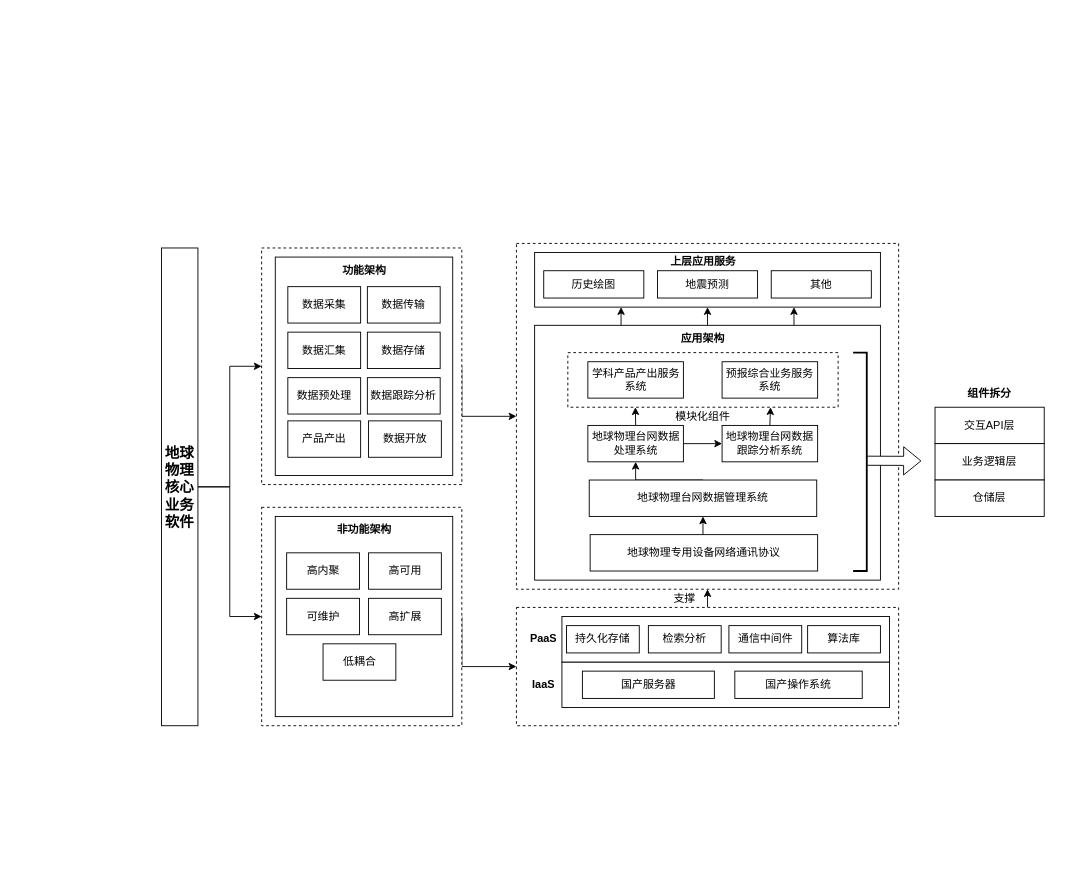
The draw.io diagram page "第 16 页" (16 of 16) of drawio/eq_network.drawio in raingnight/Blog_Pic, before the edit. Source tidied: cells renumbered, new cells numbered last; positions are measured from the earlier drawing's top-left corner, leaving out a move shared by most shapes. Both pictures are drawn from the tidied source at 91%, with x=0, y=0 at pixel (161, 243).
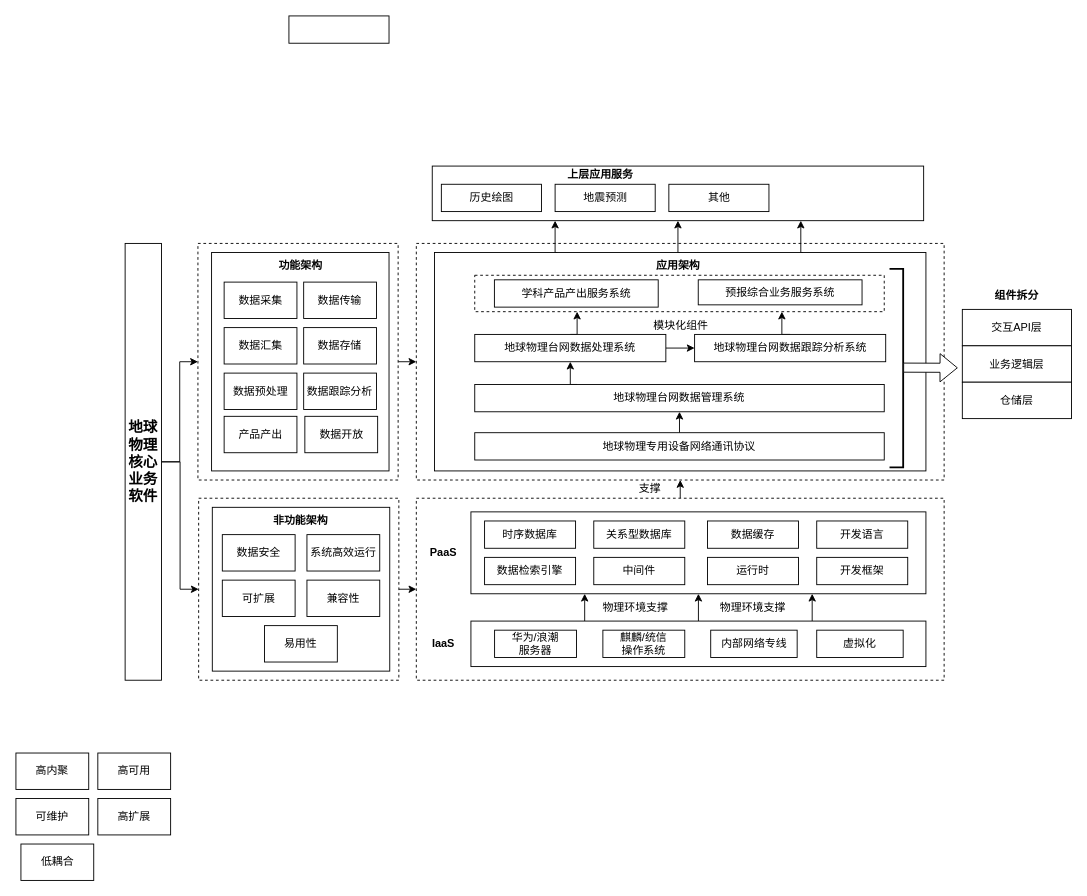
Above is the later version.

The edit, as a diff of the source:
```diff
@@
     <mxCell id="3" style="rounded=0;whiteSpace=wrap;html=1;dashed=1;" parent="1" vertex="1">
-      <mxGeometry x="390" y="400" width="420" height="130" as="geometry" />
+      <mxGeometry x="280" y="280" width="580" height="200" as="geometry" />
     </mxCell>
     <mxCell id="4" style="rounded=0;whiteSpace=wrap;html=1;dashed=1;" parent="1" vertex="1">
-      <mxGeometry x="390" width="420" height="380" as="geometry" />
+      <mxGeometry x="280" width="580" height="260" as="geometry" />
     </mxCell>
@@
     <mxCell id="8" style="rounded=0;whiteSpace=wrap;html=1;" parent="1" vertex="1">
-      <mxGeometry x="410" y="90" width="380" height="280" as="geometry" />
+      <mxGeometry x="300" y="10" width="540" height="240" as="geometry" />
     </mxCell>
     <mxCell id="9" style="rounded=0;whiteSpace=wrap;html=1;dashed=1;" parent="1" vertex="1">
-      <mxGeometry x="446.5" y="120" width="297" height="60" as="geometry" />
+      <mxGeometry x="344.2" y="35" width="450" height="40" as="geometry" />
     </mxCell>
     <mxCell id="10" style="edgeStyle=orthogonalEdgeStyle;rounded=0;jettySize=auto;html=1;exitX=1;exitY=0.5;exitDx=0;exitDy=0;entryX=0;entryY=0.5;entryDx=0;entryDy=0;" parent="1" edge="1" source="11" target="3">
-      <mxGeometry relative="1" as="geometry">
-        <Array as="points">
-          <mxPoint x="330" y="465" />
-        </Array>
-      </mxGeometry>
+      <mxGeometry relative="1" as="geometry" />
     </mxCell>
     <mxCell id="11" style="rounded=0;whiteSpace=wrap;html=1;dashed=1;" parent="1" vertex="1">
-      <mxGeometry x="110" y="290" width="220" height="240" as="geometry" />
+      <mxGeometry x="40.8" y="280" width="220" height="200" as="geometry" />
     </mxCell>
-    <mxCell id="12" style="edgeStyle=orthogonalEdgeStyle;rounded=0;jettySize=auto;html=1;exitX=1;exitY=0.5;exitDx=0;exitDy=0;" parent="1" edge="1" source="13" target="4">
-      <mxGeometry relative="1" as="geometry">
-        <Array as="points">
-          <mxPoint x="330" y="190" />
-        </Array>
-      </mxGeometry>
+    <mxCell id="12" style="edgeStyle=orthogonalEdgeStyle;rounded=0;jettySize=auto;html=1;exitX=1;exitY=0.5;exitDx=0;exitDy=0;entryX=0;entryY=0.5;entryDx=0;entryDy=0;" parent="1" edge="1" source="13" target="4">
+      <mxGeometry relative="1" as="geometry" />
     </mxCell>
     <mxCell id="13" style="rounded=0;whiteSpace=wrap;html=1;dashed=1;" parent="1" vertex="1">
-      <mxGeometry x="110" y="5" width="220" height="260" as="geometry" />
+      <mxGeometry x="40" width="220" height="260" as="geometry" />
     </mxCell>
     <mxCell id="14" style="rounded=0;whiteSpace=wrap;html=1;" parent="1" vertex="1">
-      <mxGeometry x="125" y="15" width="195" height="240" as="geometry" />
+      <mxGeometry x="55" y="10" width="195" height="240" as="geometry" />
     </mxCell>
     <mxCell id="15" style="rounded=0;whiteSpace=wrap;html=1;" parent="1" vertex="1">
-      <mxGeometry x="125" y="300" width="195" height="220" as="geometry" />
+      <mxGeometry x="55.8" y="290" width="195" height="180" as="geometry" />
     </mxCell>
     <mxCell id="16" value="功能架构" style="text;html=1;strokeColor=none;fillColor=none;align=center;verticalAlign=middle;whiteSpace=wrap;rounded=0;fontStyle=1;" parent="1" vertex="1">
-      <mxGeometry x="192.5" y="15" width="60" height="30" as="geometry" />
+      <mxGeometry x="122.5" y="10" width="60" height="30" as="geometry" />
     </mxCell>
     <mxCell id="17" value="非功能架构" style="text;html=1;strokeColor=none;fillColor=none;align=center;verticalAlign=middle;whiteSpace=wrap;rounded=0;fontStyle=1;" parent="1" vertex="1">
-      <mxGeometry x="167.5" y="300" width="110" height="30" as="geometry" />
+      <mxGeometry x="98.2" y="290" width="110" height="30" as="geometry" />
     </mxCell>
+    <mxCell id="69" style="edgeStyle=orthogonalEdgeStyle;rounded=0;jettySize=auto;html=1;exitX=0.25;exitY=0;exitDx=0;exitDy=0;entryX=0.25;entryY=1;entryDx=0;entryDy=0;" parent="1" edge="1" source="18" target="22">
+      <mxGeometry relative="1" as="geometry" />
+    </mxCell>
+    <mxCell id="70" style="edgeStyle=orthogonalEdgeStyle;rounded=0;jettySize=auto;html=1;exitX=0.5;exitY=0;exitDx=0;exitDy=0;entryX=0.5;entryY=1;entryDx=0;entryDy=0;" parent="1" edge="1" source="18" target="22">
+      <mxGeometry relative="1" as="geometry" />
+    </mxCell>
+    <mxCell id="71" style="edgeStyle=orthogonalEdgeStyle;rounded=0;jettySize=auto;html=1;exitX=0.75;exitY=0;exitDx=0;exitDy=0;entryX=0.75;entryY=1;entryDx=0;entryDy=0;" parent="1" edge="1" source="18" target="22">
+      <mxGeometry relative="1" as="geometry" />
+    </mxCell>
     <mxCell id="18" style="rounded=0;whiteSpace=wrap;html=1;" parent="1" vertex="1">
-      <mxGeometry x="440" y="460" width="360" height="50" as="geometry" />
+      <mxGeometry x="340" y="415" width="500" height="50" as="geometry" />
     </mxCell>
     <mxCell id="19" style="rounded=0;whiteSpace=wrap;html=1;" parent="1" vertex="1">
-      <mxGeometry x="410" y="10" width="380" height="60" as="geometry" />
+      <mxGeometry x="297.5" y="-85" width="540" height="60" as="geometry" />
     </mxCell>
     <mxCell id="20" value="上层应用服务" style="text;html=1;strokeColor=none;fillColor=none;align=center;verticalAlign=middle;whiteSpace=wrap;rounded=0;fontStyle=1;" parent="1" vertex="1">
-      <mxGeometry x="542.5" y="5" width="105" height="30" as="geometry" />
+      <mxGeometry x="430" y="-90" width="105" height="30" as="geometry" />
     </mxCell>
     <mxCell id="21" value="模块化组件" style="text;html=1;strokeColor=none;fillColor=none;align=center;verticalAlign=middle;whiteSpace=wrap;rounded=0;" parent="1" vertex="1">
-      <mxGeometry x="555" y="175" width="80" height="30" as="geometry" />
+      <mxGeometry x="531.2" y="75" width="80" height="30" as="geometry" />
     </mxCell>
     <mxCell id="22" style="rounded=0;whiteSpace=wrap;html=1;" parent="1" vertex="1">
-      <mxGeometry x="440" y="410" width="360" height="50" as="geometry" />
+      <mxGeometry x="340" y="295" width="500" height="90" as="geometry" />
     </mxCell>
     <mxCell id="23" value="交互API层" style="rounded=0;whiteSpace=wrap;html=1;" parent="1" vertex="1">
-      <mxGeometry x="850" y="180" width="120" height="40" as="geometry" />
+      <mxGeometry x="880" y="72.5" width="120" height="40" as="geometry" />
     </mxCell>
     <mxCell id="24" value="组件拆分" style="text;html=1;strokeColor=none;fillColor=none;align=center;verticalAlign=middle;whiteSpace=wrap;rounded=0;fontStyle=1;" parent="1" vertex="1">
-      <mxGeometry x="870" y="150" width="80" height="30" as="geometry" />
+      <mxGeometry x="900" y="42.5" width="80" height="30" as="geometry" />
     </mxCell>
     <mxCell id="25" value="数据采集" style="rounded=0;whiteSpace=wrap;html=1;" parent="1" vertex="1">
-      <mxGeometry x="138.8" y="47.5" width="80" height="40" as="geometry" />
+      <mxGeometry x="68.8" y="42.5" width="80" height="40" as="geometry" />
     </mxCell>
     <mxCell id="26" value="数据传输" style="rounded=0;whiteSpace=wrap;html=1;" parent="1" vertex="1">
-      <mxGeometry x="226.2" y="47.5" width="80" height="40" as="geometry" />
+      <mxGeometry x="156.2" y="42.5" width="80" height="40" as="geometry" />
     </mxCell>
     <mxCell id="27" value="数据汇集" style="rounded=0;whiteSpace=wrap;html=1;" parent="1" vertex="1">
-      <mxGeometry x="138.8" y="97.5" width="80" height="40" as="geometry" />
+      <mxGeometry x="68.8" y="92.5" width="80" height="40" as="geometry" />
     </mxCell>
     <mxCell id="28" value="数据存储" style="rounded=0;whiteSpace=wrap;html=1;" parent="1" vertex="1">
-      <mxGeometry x="226.2" y="97.5" width="80" height="40" as="geometry" />
+      <mxGeometry x="156.2" y="92.5" width="80" height="40" as="geometry" />
     </mxCell>
     <mxCell id="29" value="数据预处理" style="rounded=0;whiteSpace=wrap;html=1;" parent="1" vertex="1">
-      <mxGeometry x="138.8" y="147.5" width="80" height="40" as="geometry" />
+      <mxGeometry x="68.8" y="142.5" width="80" height="40" as="geometry" />
     </mxCell>
     <mxCell id="30" value="数据跟踪分析" style="rounded=0;whiteSpace=wrap;html=1;" parent="1" vertex="1">
-      <mxGeometry x="226.2" y="147.5" width="80" height="40" as="geometry" />
+      <mxGeometry x="156.2" y="142.5" width="80" height="40" as="geometry" />
     </mxCell>
     <mxCell id="31" value="产品产出" style="rounded=0;whiteSpace=wrap;html=1;" parent="1" vertex="1">
-      <mxGeometry x="138.8" y="195" width="80" height="40" as="geometry" />
+      <mxGeometry x="68.8" y="190" width="80" height="40" as="geometry" />
     </mxCell>
     <mxCell id="32" value="高可用" style="rounded=0;whiteSpace=wrap;html=1;" parent="1" vertex="1">
-      <mxGeometry x="227.5" y="340" width="80" height="40" as="geometry" />
+      <mxGeometry x="-70" y="560" width="80" height="40" as="geometry" />
     </mxCell>
     <mxCell id="33" value="高扩展" style="rounded=0;whiteSpace=wrap;html=1;" parent="1" vertex="1">
-      <mxGeometry x="227.5" y="390" width="80" height="40" as="geometry" />
+      <mxGeometry x="-70" y="610" width="80" height="40" as="geometry" />
     </mxCell>
     <mxCell id="34" value="低耦合" style="rounded=0;whiteSpace=wrap;html=1;" parent="1" vertex="1">
-      <mxGeometry x="177.5" y="440" width="80" height="40" as="geometry" />
+      <mxGeometry x="-154.5" y="660" width="80" height="40" as="geometry" />
     </mxCell>
     <mxCell id="35" value="高内聚" style="rounded=0;whiteSpace=wrap;html=1;" parent="1" vertex="1">
-      <mxGeometry x="137.5" y="340" width="80" height="40" as="geometry" />
+      <mxGeometry x="-160" y="560" width="80" height="40" as="geometry" />
     </mxCell>
     <mxCell id="36" value="可维护" style="rounded=0;whiteSpace=wrap;html=1;" parent="1" vertex="1">
-      <mxGeometry x="137.5" y="390" width="80" height="40" as="geometry" />
+      <mxGeometry x="-160" y="610" width="80" height="40" as="geometry" />
     </mxCell>
     <mxCell id="37" value="历史绘图" style="rounded=0;whiteSpace=wrap;html=1;" parent="1" vertex="1">
-      <mxGeometry x="420" y="30" width="110" height="30" as="geometry" />
+      <mxGeometry x="307.5" y="-65" width="110" height="30" as="geometry" />
     </mxCell>
     <mxCell id="38" value="地震预测" style="rounded=0;whiteSpace=wrap;html=1;" parent="1" vertex="1">
-      <mxGeometry x="545" y="30" width="110" height="30" as="geometry" />
+      <mxGeometry x="432.5" y="-65" width="110" height="30" as="geometry" />
     </mxCell>
     <mxCell id="39" value="其他" style="rounded=0;whiteSpace=wrap;html=1;" parent="1" vertex="1">
-      <mxGeometry x="670" y="30" width="110" height="30" as="geometry" />
+      <mxGeometry x="557.5" y="-65" width="110" height="30" as="geometry" />
     </mxCell>
     <mxCell id="40" value="业务逻辑层" style="rounded=0;whiteSpace=wrap;html=1;" parent="1" vertex="1">
-      <mxGeometry x="850" y="220" width="120" height="40" as="geometry" />
+      <mxGeometry x="880" y="112.5" width="120" height="40" as="geometry" />
     </mxCell>
     <mxCell id="41" value="仓储层" style="rounded=0;whiteSpace=wrap;html=1;" parent="1" vertex="1">
-      <mxGeometry x="850" y="260" width="120" height="40" as="geometry" />
+      <mxGeometry x="880" y="152.5" width="120" height="40" as="geometry" />
     </mxCell>
-    <mxCell id="42" value="持久化存储" style="rounded=0;whiteSpace=wrap;html=1;" parent="1" vertex="1">
-      <mxGeometry x="445" y="420" width="80" height="30" as="geometry" />
-    </mxCell>
-    <mxCell id="43" value="检索分析" style="rounded=0;whiteSpace=wrap;html=1;" parent="1" vertex="1">
-      <mxGeometry x="535" y="420" width="80" height="30" as="geometry" />
+    <mxCell id="43" value="数据检索引擎" style="rounded=0;whiteSpace=wrap;html=1;" parent="1" vertex="1">
+      <mxGeometry x="355" y="345" width="100" height="30" as="geometry" />
     </mxCell>
-    <mxCell id="44" value="通信中间件" style="rounded=0;whiteSpace=wrap;html=1;" parent="1" vertex="1">
-      <mxGeometry x="623.5" y="420" width="80" height="30" as="geometry" />
+    <mxCell id="44" value="中间件" style="rounded=0;whiteSpace=wrap;html=1;" parent="1" vertex="1">
+      <mxGeometry x="475" y="345" width="100" height="30" as="geometry" />
     </mxCell>
-    <mxCell id="45" value="算法库" style="rounded=0;whiteSpace=wrap;html=1;" parent="1" vertex="1">
-      <mxGeometry x="710" y="420" width="80" height="30" as="geometry" />
-    </mxCell>
-    <mxCell id="46" value="国产服务器" style="rounded=0;whiteSpace=wrap;html=1;" parent="1" vertex="1">
-      <mxGeometry x="462.5" y="470" width="145" height="30" as="geometry" />
+    <mxCell id="46" value="华为/浪潮&lt;br&gt;服务器" style="rounded=0;whiteSpace=wrap;html=1;" parent="1" vertex="1">
+      <mxGeometry x="366" y="425" width="90" height="30" as="geometry" />
     </mxCell>
-    <mxCell id="47" value="国产操作系统" style="rounded=0;whiteSpace=wrap;html=1;" parent="1" vertex="1">
-      <mxGeometry x="630" y="470" width="140" height="30" as="geometry" />
+    <mxCell id="47" value="麒麟/统信&lt;br&gt;操作系统" style="rounded=0;whiteSpace=wrap;html=1;" parent="1" vertex="1">
+      <mxGeometry x="485" y="425" width="90" height="30" as="geometry" />
     </mxCell>
     <mxCell id="48" style="edgeStyle=orthogonalEdgeStyle;rounded=0;jettySize=auto;html=1;exitX=1;exitY=0.5;exitDx=0;exitDy=0;entryX=0;entryY=0.5;entryDx=0;entryDy=0;" parent="1" edge="1" source="50" target="13">
-      <mxGeometry relative="1" as="geometry" />
+      <mxGeometry relative="1" as="geometry">
+        <Array as="points">
+          <mxPoint x="20" y="240" />
+          <mxPoint x="20" y="130" />
+        </Array>
+      </mxGeometry>
     </mxCell>
-    <mxCell id="49" style="edgeStyle=orthogonalEdgeStyle;rounded=0;jettySize=auto;html=1;exitX=1;exitY=0.5;exitDx=0;exitDy=0;" parent="1" edge="1" source="50" target="11">
+    <mxCell id="49" style="edgeStyle=orthogonalEdgeStyle;rounded=0;jettySize=auto;html=1;exitX=1;exitY=0.5;exitDx=0;exitDy=0;entryX=0;entryY=0.5;entryDx=0;entryDy=0;" parent="1" edge="1" source="50" target="11">
       <mxGeometry relative="1" as="geometry" />
     </mxCell>
     <mxCell id="50" value="地球物理核心&lt;br style=&quot;font-size: 16px;&quot;&gt;业务软件" style="rounded=0;whiteSpace=wrap;html=1;fontSize=16;fontStyle=1;" parent="1" vertex="1">
-      <mxGeometry y="5" width="40" height="525" as="geometry" />
+      <mxGeometry x="-40" width="40" height="480" as="geometry" />
     </mxCell>
     <mxCell id="51" value="应用架构" style="text;html=1;strokeColor=none;fillColor=none;align=center;verticalAlign=middle;whiteSpace=wrap;rounded=0;fontStyle=1;" parent="1" vertex="1">
-      <mxGeometry x="565" y="90" width="60" height="30" as="geometry" />
+      <mxGeometry x="537.5" y="10" width="60" height="30" as="geometry" />
     </mxCell>
     <mxCell id="52" value="学科产品产出服务系统" style="rounded=0;whiteSpace=wrap;html=1;" parent="1" vertex="1">
-      <mxGeometry x="468.5" y="130" width="105" height="40" as="geometry" />
+      <mxGeometry x="365.8" y="40" width="180" height="30" as="geometry" />
     </mxCell>
-    <mxCell id="53" value="预报综合业务服务&lt;br style=&quot;border-color: var(--border-color);&quot;&gt;系统" style="rounded=0;whiteSpace=wrap;html=1;" parent="1" vertex="1">
-      <mxGeometry x="616" y="130" width="105" height="40" as="geometry" />
+    <mxCell id="53" value="预报综合业务服务系统" style="rounded=0;whiteSpace=wrap;html=1;" parent="1" vertex="1">
+      <mxGeometry x="589.8" y="40" width="180" height="27.5" as="geometry" />
     </mxCell>
@@
     <mxCell id="56" value="地球物理台网数据处理系统" style="rounded=0;whiteSpace=wrap;html=1;" parent="1" vertex="1">
-      <mxGeometry x="468.5" y="200" width="105" height="40" as="geometry" />
+      <mxGeometry x="344.2" y="100" width="210" height="30" as="geometry" />
     </mxCell>
@@
     <mxCell id="58" value="地球物理台网数据跟踪分析系统" style="rounded=0;whiteSpace=wrap;html=1;" parent="1" vertex="1">
-      <mxGeometry x="616" y="200" width="105" height="40" as="geometry" />
+      <mxGeometry x="585.8" y="100" width="210" height="30" as="geometry" />
     </mxCell>
-    <mxCell id="59" style="edgeStyle=orthogonalEdgeStyle;rounded=0;jettySize=auto;html=1;exitX=0.5;exitY=0;exitDx=0;exitDy=0;entryX=0.5;entryY=1;entryDx=0;entryDy=0;" parent="1" edge="1" source="60" target="56">
-      <mxGeometry relative="1" as="geometry">
-        <Array as="points">
-          <mxPoint x="521" y="260" />
-        </Array>
-      </mxGeometry>
+    <mxCell id="59" style="edgeStyle=orthogonalEdgeStyle;rounded=0;jettySize=auto;html=1;exitX=0.25;exitY=0;exitDx=0;exitDy=0;entryX=0.5;entryY=1;entryDx=0;entryDy=0;" parent="1" edge="1" source="60" target="56">
+      <mxGeometry relative="1" as="geometry" />
     </mxCell>
     <mxCell id="60" value="地球物理台网数据管理系统" style="rounded=0;whiteSpace=wrap;html=1;" parent="1" vertex="1">
-      <mxGeometry x="470" y="260" width="250" height="40" as="geometry" />
+      <mxGeometry x="344.2" y="155" width="450" height="30" as="geometry" />
     </mxCell>
@@
     <mxCell id="62" value="地球物理专用设备网络通讯协议" style="rounded=0;whiteSpace=wrap;html=1;" parent="1" vertex="1">
-      <mxGeometry x="471" y="320" width="250" height="40" as="geometry" />
+      <mxGeometry x="344.2" y="208" width="450" height="30" as="geometry" />
     </mxCell>
     <mxCell id="63" value="PaaS" style="text;html=1;strokeColor=none;fillColor=none;align=center;verticalAlign=middle;whiteSpace=wrap;rounded=0;fontStyle=1;" parent="1" vertex="1">
-      <mxGeometry x="390" y="420" width="60" height="30" as="geometry" />
+      <mxGeometry x="280" y="325" width="60" height="30" as="geometry" />
     </mxCell>
     <mxCell id="64" value="IaaS" style="text;html=1;strokeColor=none;fillColor=none;align=center;verticalAlign=middle;whiteSpace=wrap;rounded=0;fontStyle=1;" parent="1" vertex="1">
-      <mxGeometry x="390" y="470" width="60" height="30" as="geometry" />
+      <mxGeometry x="280" y="425" width="60" height="30" as="geometry" />
     </mxCell>
     <mxCell id="65" style="strokeWidth=2;html=1;shape=mxgraph.flowchart.annotation_2;align=left;labelPosition=right;rotation=-180;" parent="1" vertex="1">
-      <mxGeometry x="760" y="120" width="30" height="240" as="geometry" />
+      <mxGeometry x="800" y="28" width="30" height="218" as="geometry" />
     </mxCell>
     <mxCell id="66" style="shape=flexArrow;endArrow=classic;html=1;rounded=0;labelBackgroundColor=#000000;fillColor=default;" parent="1" edge="1">
       <mxGeometry relative="1" as="geometry">
-        <mxPoint x="775" y="238.8" as="sourcePoint" />
-        <mxPoint x="835" y="239" as="targetPoint" />
+        <mxPoint x="815" y="136.5" as="sourcePoint" />
+        <mxPoint x="875" y="136.7" as="targetPoint" />
       </mxGeometry>
     </mxCell>
     <mxCell id="67" value="数据开放" style="rounded=0;whiteSpace=wrap;html=1;" parent="1" vertex="1">
-      <mxGeometry x="227.5" y="195" width="80" height="40" as="geometry" />
+      <mxGeometry x="157.5" y="190" width="80" height="40" as="geometry" />
     </mxCell>
     <mxCell id="68" value="支撑" style="text;html=1;strokeColor=none;fillColor=none;align=center;verticalAlign=middle;whiteSpace=wrap;rounded=0;" parent="1" vertex="1">
-      <mxGeometry x="545" y="375" width="60" height="30" as="geometry" />
+      <mxGeometry x="507" y="255" width="60" height="30" as="geometry" />
     </mxCell>
+    <mxCell id="72" value="数据安全" style="rounded=0;whiteSpace=wrap;html=1;" parent="1" vertex="1">
+      <mxGeometry x="66.8" y="320" width="80" height="40" as="geometry" />
+    </mxCell>
+    <mxCell id="73" value="系统高效运行" style="rounded=0;whiteSpace=wrap;html=1;" parent="1" vertex="1">
+      <mxGeometry x="159.8" y="320" width="80" height="40" as="geometry" />
+    </mxCell>
+    <mxCell id="74" value="可扩展" style="rounded=0;whiteSpace=wrap;html=1;" parent="1" vertex="1">
+      <mxGeometry x="66.8" y="370" width="80" height="40" as="geometry" />
+    </mxCell>
+    <mxCell id="75" value="兼容性" style="rounded=0;whiteSpace=wrap;html=1;" parent="1" vertex="1">
+      <mxGeometry x="159.8" y="370" width="80" height="40" as="geometry" />
+    </mxCell>
+    <mxCell id="76" value="易用性" style="rounded=0;whiteSpace=wrap;html=1;" parent="1" vertex="1">
+      <mxGeometry x="113.2" y="420" width="80" height="40" as="geometry" />
+    </mxCell>
+    <mxCell id="77" value="内部网络专线" style="rounded=0;whiteSpace=wrap;html=1;" parent="1" vertex="1">
+      <mxGeometry x="603.5" y="425" width="95" height="30" as="geometry" />
+    </mxCell>
+    <mxCell id="78" value="时序数据库" style="rounded=0;whiteSpace=wrap;html=1;" parent="1" vertex="1">
+      <mxGeometry x="355" y="305" width="100" height="30" as="geometry" />
+    </mxCell>
+    <mxCell id="79" style="rounded=0;whiteSpace=wrap;html=1;" parent="1" vertex="1">
+      <mxGeometry x="140" y="-250" width="110" height="30" as="geometry" />
+    </mxCell>
+    <mxCell id="80" value="虚拟化" style="rounded=0;whiteSpace=wrap;html=1;" parent="1" vertex="1">
+      <mxGeometry x="720" y="425" width="95" height="30" as="geometry" />
+    </mxCell>
+    <mxCell id="81" value="关系型数据库" style="rounded=0;whiteSpace=wrap;html=1;" parent="1" vertex="1">
+      <mxGeometry x="475" y="305" width="100" height="30" as="geometry" />
+    </mxCell>
+    <mxCell id="82" value="数据缓存" style="rounded=0;whiteSpace=wrap;html=1;" parent="1" vertex="1">
+      <mxGeometry x="600" y="305" width="100" height="30" as="geometry" />
+    </mxCell>
+    <mxCell id="83" value="运行时" style="rounded=0;whiteSpace=wrap;html=1;" parent="1" vertex="1">
+      <mxGeometry x="600" y="345" width="100" height="30" as="geometry" />
+    </mxCell>
+    <mxCell id="84" value="开发语言" style="rounded=0;whiteSpace=wrap;html=1;" parent="1" vertex="1">
+      <mxGeometry x="720" y="305" width="100" height="30" as="geometry" />
+    </mxCell>
+    <mxCell id="85" value="开发框架" style="rounded=0;whiteSpace=wrap;html=1;" parent="1" vertex="1">
+      <mxGeometry x="720" y="345" width="100" height="30" as="geometry" />
+    </mxCell>
+    <mxCell id="86" value="物理环境支撑" style="text;html=1;strokeColor=none;fillColor=none;align=center;verticalAlign=middle;whiteSpace=wrap;rounded=0;" parent="1" vertex="1">
+      <mxGeometry x="475" y="385" width="92" height="30" as="geometry" />
+    </mxCell>
+    <mxCell id="87" value="物理环境支撑" style="text;html=1;strokeColor=none;fillColor=none;align=center;verticalAlign=middle;whiteSpace=wrap;rounded=0;" parent="1" vertex="1">
+      <mxGeometry x="604" y="385" width="92" height="30" as="geometry" />
+    </mxCell>
```
